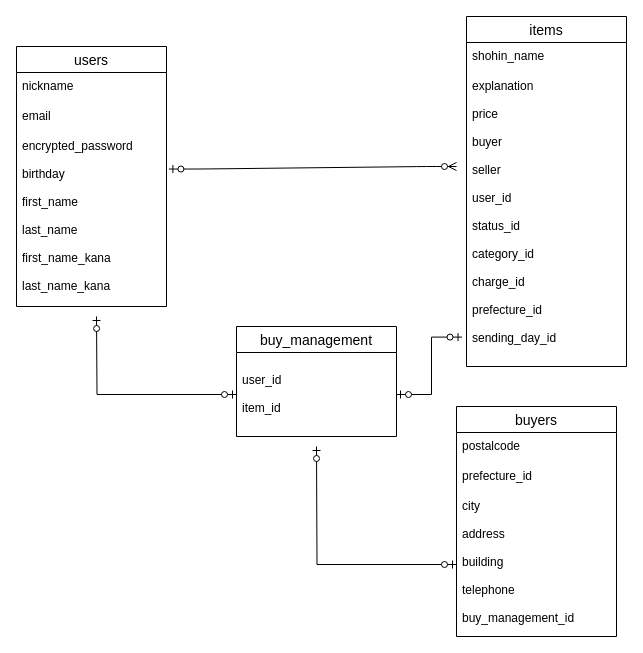
Earlier version of the draw.io diagram furima.dio (shota-nakamoto/furima-36234). Source tidied: cells renumbered, new cells numbered last; positions are measured from the earlier drawing's top-left corner, leaving out a move shared by most shapes. Both pictures are drawn from the tidied source at 100%, with x=0, y=0 at pixel (16, 16).
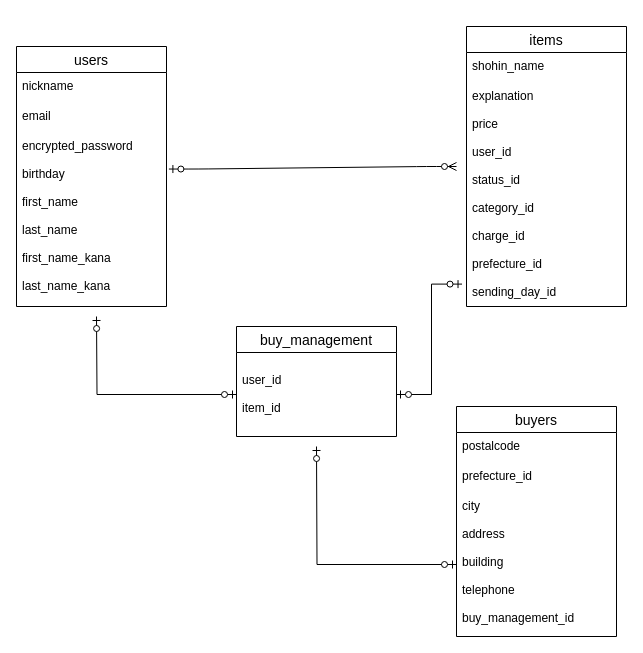
After the change.

What changed in the source:
```diff
@@
     <mxCell id="6" value="items" style="swimlane;fontStyle=0;horizontal=1;startSize=26;align=center;fontSize=14;" parent="1" vertex="1">
-      <mxGeometry x="450" width="160" height="350" as="geometry" />
+      <mxGeometry x="450" y="10" width="160" height="280" as="geometry" />
     </mxCell>
@@
-    <mxCell id="8" value="explanation&#10;&#10;price&#10;&#10;buyer&#10;&#10;seller&#10;&#10;user_id&#10;&#10;status_id&#10;&#10;category_id&#10;&#10;charge_id&#10;&#10;prefecture_id&#10;&#10;sending_day_id&#10;" style="text;strokeColor=none;fillColor=none;spacingLeft=4;spacingRight=4;overflow=hidden;points=[[0,0.5],[1,0.5]];portConstraint=eastwest;fontSize=12;" parent="6" vertex="1">
-      <mxGeometry y="56" width="160" height="294" as="geometry" />
+    <mxCell id="8" value="explanation&#10;&#10;price&#10;&#10;user_id&#10;&#10;status_id&#10;&#10;category_id&#10;&#10;charge_id&#10;&#10;prefecture_id&#10;&#10;sending_day_id&#10;" style="text;strokeColor=none;fillColor=none;spacingLeft=4;spacingRight=4;overflow=hidden;points=[[0,0.5],[1,0.5]];portConstraint=eastwest;fontSize=12;" parent="6" vertex="1">
+      <mxGeometry y="56" width="160" height="224" as="geometry" />
     </mxCell>
```
